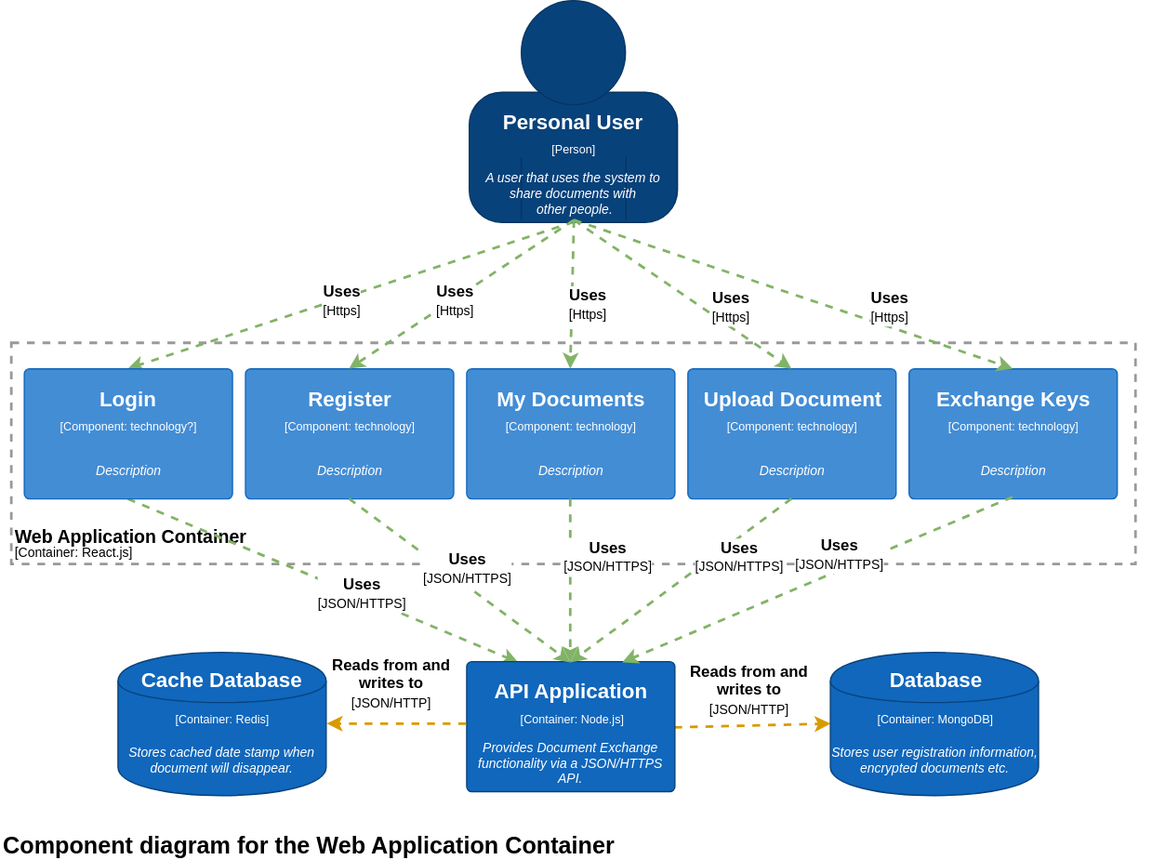
Earlier version of the draw.io export Documentation/Architecture/Level3-WebApplication-Components.svg (kkolodziejczak/PBAI). Source tidied: cells renumbered, new cells last; positions are measured from the earlier drawing's top-left corner, leaving out a move shared by most shapes.
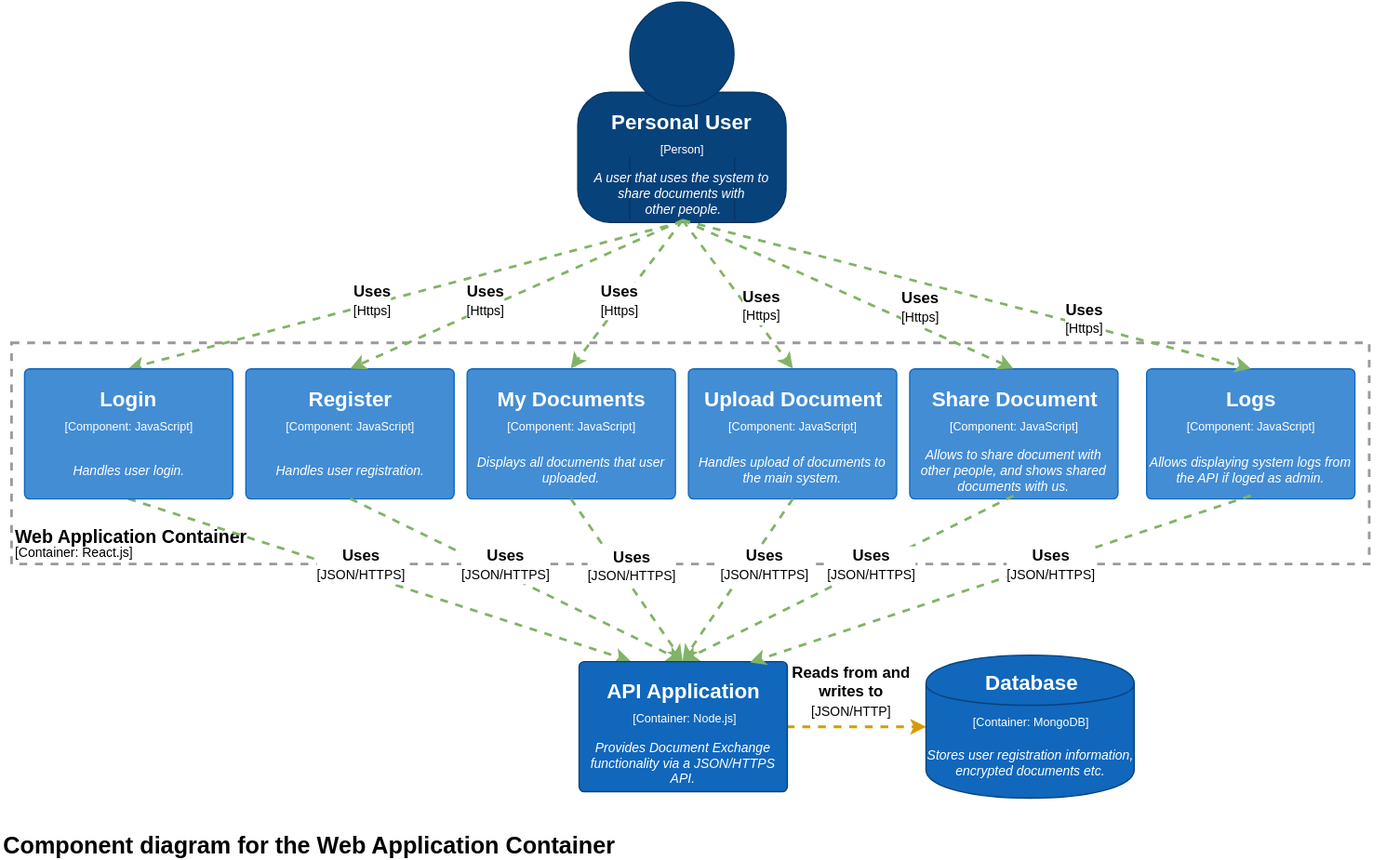
Above is the later version.

Change to the diagram source:
```diff
@@ -5,6 +5,6 @@
     <mxCell id="2" value="&lt;p style=&quot;line-height: 80%&quot;&gt;&lt;b&gt;Web Application Container&lt;/b&gt;&lt;br&gt;&lt;font style=&quot;font-size: 10px ; font-weight: normal&quot;&gt;[Container: React.js]&lt;/font&gt;&lt;br&gt;&lt;/p&gt;" style="rounded=0;whiteSpace=wrap;html=1;fillColor=none;fontSize=14;align=left;strokeWidth=2;strokeColor=#999999;verticalAlign=bottom;dashed=1;fontStyle=1;spacingBottom=-14;" parent="1" vertex="1">
-      <mxGeometry x="8" y="262" width="864" height="170" as="geometry" />
+      <mxGeometry x="8" y="262" width="1043" height="170" as="geometry" />
     </mxCell>
     <mxCell id="3" value="&lt;div style=&quot;text-align: left&quot;&gt;&lt;span&gt;Component diagram for the Web Application Container&lt;/span&gt;&lt;/div&gt;" style="text;html=1;strokeColor=none;fillColor=none;align=left;verticalAlign=middle;whiteSpace=wrap;rounded=0;fontSize=18;fontStyle=1;" parent="1" vertex="1">
-      <mxGeometry y="639" width="884" height="20" as="geometry" />
+      <mxGeometry y="639" width="1073" height="20" as="geometry" />
     </mxCell>
@@ -15,3 +15,3 @@
       <mxGeometry x="0.44" y="-3" relative="1" as="geometry">
-        <mxPoint x="-35.5" y="-21.5" as="offset" />
+        <mxPoint x="-97.5" y="-42.5" as="offset" />
       </mxGeometry>
@@ -35,3 +35,3 @@
     <mxCell id="10" style="group;" parent="1" vertex="1">
-      <mxGeometry x="360" y="-0.5" width="160" height="170" as="geometry" />
+      <mxGeometry x="443" y="-0.5" width="160" height="170" as="geometry" />
     </mxCell>
@@ -67,7 +67,7 @@
     </mxCell>
-    <mxCell id="18" value="&lt;font style=&quot;font-size: 9px&quot;&gt;[Person]&lt;/font&gt;&lt;br&gt;" style="text;html=1;strokeColor=none;fillColor=none;align=center;verticalAlign=middle;whiteSpace=wrap;rounded=0;fontSize=12;fontColor=#FFFFFF;" parent="12" vertex="1">
-      <mxGeometry y="32" width="160" height="21" as="geometry" />
+    <mxCell id="18" value="Personal User" style="text;html=1;strokeColor=none;fillColor=none;align=center;verticalAlign=middle;whiteSpace=wrap;rounded=0;fontColor=#FFFFFF;fontStyle=1;fontSize=16;" parent="12" vertex="1">
+      <mxGeometry y="12" width="160" height="21" as="geometry" />
     </mxCell>
-    <mxCell id="19" value="Personal User" style="text;html=1;strokeColor=none;fillColor=none;align=center;verticalAlign=middle;whiteSpace=wrap;rounded=0;fontColor=#FFFFFF;fontStyle=1;fontSize=16;" parent="12" vertex="1">
-      <mxGeometry y="12" width="160" height="21" as="geometry" />
+    <mxCell id="19" value="&lt;font style=&quot;font-size: 9px&quot;&gt;[Person]&lt;/font&gt;&lt;br&gt;" style="text;html=1;strokeColor=none;fillColor=none;align=center;verticalAlign=middle;whiteSpace=wrap;rounded=0;fontSize=12;fontColor=#FFFFFF;" parent="12" vertex="1">
+      <mxGeometry y="32" width="160" height="21" as="geometry" />
     </mxCell>
@@ -88,6 +88,6 @@
     </mxCell>
-    <mxCell id="25" value="&lt;font style=&quot;font-size: 9px&quot;&gt;[&lt;span&gt;Component&lt;/span&gt;&lt;span&gt;:&amp;nbsp;technology?&lt;/span&gt;]&lt;/font&gt;&lt;br&gt;" style="text;html=1;strokeColor=none;fillColor=none;align=center;verticalAlign=middle;whiteSpace=wrap;rounded=0;fontSize=12;fontColor=#FFFFFF;" parent="21" vertex="1">
+    <mxCell id="25" value="&lt;font style=&quot;font-size: 9px&quot;&gt;[&lt;span&gt;Component&lt;/span&gt;&lt;span&gt;: JavaScript&lt;/span&gt;]&lt;/font&gt;&lt;br&gt;" style="text;html=1;strokeColor=none;fillColor=none;align=center;verticalAlign=middle;whiteSpace=wrap;rounded=0;fontSize=12;fontColor=#FFFFFF;" parent="21" vertex="1">
       <mxGeometry y="32" width="160" height="21" as="geometry" />
     </mxCell>
-    <mxCell id="26" value="&lt;i&gt;Description&lt;/i&gt;" style="text;strokeColor=none;fillColor=none;align=center;verticalAlign=middle;whiteSpace=wrap;rounded=0;fontSize=10;fontColor=#FFFFFF;html=1;spacing=1;" parent="21" vertex="1">
+    <mxCell id="26" value="&lt;i&gt;Handles user login.&lt;/i&gt;" style="text;strokeColor=none;fillColor=none;align=center;verticalAlign=middle;whiteSpace=wrap;rounded=0;fontSize=10;fontColor=#FFFFFF;html=1;spacing=1;" parent="21" vertex="1">
       <mxGeometry y="58" width="160" height="40" as="geometry" />
@@ -106,6 +106,6 @@
     </mxCell>
-    <mxCell id="31" value="&lt;font style=&quot;font-size: 9px&quot;&gt;[&lt;span&gt;Component&lt;/span&gt;&lt;span&gt;:&amp;nbsp;technology&lt;/span&gt;]&lt;/font&gt;&lt;br&gt;" style="text;html=1;strokeColor=none;fillColor=none;align=center;verticalAlign=middle;whiteSpace=wrap;rounded=0;fontSize=12;fontColor=#FFFFFF;" parent="27" vertex="1">
+    <mxCell id="31" value="&lt;font style=&quot;font-size: 9px&quot;&gt;[&lt;span&gt;Component&lt;/span&gt;&lt;span&gt;: JavaScript&lt;/span&gt;]&lt;/font&gt;&lt;br&gt;" style="text;html=1;strokeColor=none;fillColor=none;align=center;verticalAlign=middle;whiteSpace=wrap;rounded=0;fontSize=12;fontColor=#FFFFFF;" parent="27" vertex="1">
       <mxGeometry y="32" width="160" height="21" as="geometry" />
     </mxCell>
-    <mxCell id="32" value="&lt;i&gt;Description&lt;/i&gt;" style="text;strokeColor=none;fillColor=none;align=center;verticalAlign=middle;whiteSpace=wrap;rounded=0;fontSize=10;fontColor=#FFFFFF;html=1;spacing=1;" parent="27" vertex="1">
+    <mxCell id="32" value="&lt;i&gt;Handles user registration.&lt;/i&gt;" style="text;strokeColor=none;fillColor=none;align=center;verticalAlign=middle;whiteSpace=wrap;rounded=0;fontSize=10;fontColor=#FFFFFF;html=1;spacing=1;" parent="27" vertex="1">
       <mxGeometry y="58" width="160" height="40" as="geometry" />
@@ -124,6 +124,6 @@
     </mxCell>
-    <mxCell id="37" value="&lt;font style=&quot;font-size: 9px&quot;&gt;[&lt;span&gt;Component&lt;/span&gt;&lt;span&gt;:&amp;nbsp;technology&lt;/span&gt;]&lt;/font&gt;&lt;br&gt;" style="text;html=1;strokeColor=none;fillColor=none;align=center;verticalAlign=middle;whiteSpace=wrap;rounded=0;fontSize=12;fontColor=#FFFFFF;" parent="33" vertex="1">
+    <mxCell id="37" value="&lt;font style=&quot;font-size: 9px&quot;&gt;[&lt;span&gt;Component&lt;/span&gt;&lt;span&gt;: JavaScript&lt;/span&gt;]&lt;/font&gt;&lt;br&gt;" style="text;html=1;strokeColor=none;fillColor=none;align=center;verticalAlign=middle;whiteSpace=wrap;rounded=0;fontSize=12;fontColor=#FFFFFF;" parent="33" vertex="1">
       <mxGeometry y="32" width="160" height="21" as="geometry" />
     </mxCell>
-    <mxCell id="38" value="&lt;i&gt;Description&lt;/i&gt;" style="text;strokeColor=none;fillColor=none;align=center;verticalAlign=middle;whiteSpace=wrap;rounded=0;fontSize=10;fontColor=#FFFFFF;html=1;spacing=1;" parent="33" vertex="1">
+    <mxCell id="38" value="&lt;i&gt;Displays all documents that user uploaded.&lt;/i&gt;" style="text;strokeColor=none;fillColor=none;align=center;verticalAlign=middle;whiteSpace=wrap;rounded=0;fontSize=10;fontColor=#FFFFFF;html=1;spacing=1;" parent="33" vertex="1">
       <mxGeometry y="58" width="160" height="40" as="geometry" />
@@ -142,6 +142,6 @@
     </mxCell>
-    <mxCell id="43" value="&lt;font style=&quot;font-size: 9px&quot;&gt;[&lt;span&gt;Component&lt;/span&gt;&lt;span&gt;:&amp;nbsp;technology&lt;/span&gt;]&lt;/font&gt;&lt;br&gt;" style="text;html=1;strokeColor=none;fillColor=none;align=center;verticalAlign=middle;whiteSpace=wrap;rounded=0;fontSize=12;fontColor=#FFFFFF;" parent="39" vertex="1">
+    <mxCell id="43" value="&lt;font style=&quot;font-size: 9px&quot;&gt;[&lt;span&gt;Component&lt;/span&gt;&lt;span&gt;: JavaScript&lt;/span&gt;]&lt;/font&gt;&lt;br&gt;" style="text;html=1;strokeColor=none;fillColor=none;align=center;verticalAlign=middle;whiteSpace=wrap;rounded=0;fontSize=12;fontColor=#FFFFFF;" parent="39" vertex="1">
       <mxGeometry y="32" width="160" height="21" as="geometry" />
     </mxCell>
-    <mxCell id="44" value="&lt;i&gt;Description&lt;/i&gt;" style="text;strokeColor=none;fillColor=none;align=center;verticalAlign=middle;whiteSpace=wrap;rounded=0;fontSize=10;fontColor=#FFFFFF;html=1;spacing=1;" parent="39" vertex="1">
+    <mxCell id="44" value="&lt;i&gt;Handles upload of documents to the main system.&lt;/i&gt;" style="text;strokeColor=none;fillColor=none;align=center;verticalAlign=middle;whiteSpace=wrap;rounded=0;fontSize=10;fontColor=#FFFFFF;html=1;spacing=1;" parent="39" vertex="1">
       <mxGeometry y="58" width="160" height="40" as="geometry" />
@@ -149,3 +149,3 @@
     <mxCell id="45" style="group;fillColor=#ffffff;strokeColor=none;absoluteArcSize=1;" parent="1" vertex="1">
-      <mxGeometry x="358" y="507" width="160" height="100" as="geometry" />
+      <mxGeometry x="444" y="507" width="160" height="100" as="geometry" />
     </mxCell>
@@ -171,3 +171,3 @@
       <mxGeometry x="0.44" y="-3" relative="1" as="geometry">
-        <mxPoint x="-30.5" y="-40.5" as="offset" />
+        <mxPoint x="-63" y="-42.5" as="offset" />
       </mxGeometry>
@@ -179,3 +179,3 @@
       <mxGeometry x="0.44" y="-3" relative="1" as="geometry">
-        <mxPoint x="31.5" y="-46.5" as="offset" />
+        <mxPoint x="-12.5" y="-41" as="offset" />
       </mxGeometry>
@@ -187,3 +187,3 @@
       <mxGeometry x="0.44" y="-3" relative="1" as="geometry">
-        <mxPoint x="84" y="-45" as="offset" />
+        <mxPoint x="41.5" y="-38" as="offset" />
       </mxGeometry>
@@ -215,3 +215,3 @@
     <mxCell id="63" style="group;" parent="1" vertex="1">
-      <mxGeometry x="637.5" y="500" width="160" height="110" as="geometry" />
+      <mxGeometry x="710.5" y="502" width="160" height="110" as="geometry" />
     </mxCell>
@@ -241,9 +241,9 @@
     </mxCell>
-    <mxCell id="72" value="Exchange Keys" style="text;html=1;strokeColor=none;fillColor=none;align=center;verticalAlign=middle;whiteSpace=wrap;rounded=0;fontColor=#FFFFFF;fontStyle=1;fontSize=16;" parent="69" vertex="1">
+    <mxCell id="72" value="Share Document" style="text;html=1;strokeColor=none;fillColor=none;align=center;verticalAlign=middle;whiteSpace=wrap;rounded=0;fontColor=#FFFFFF;fontStyle=1;fontSize=16;" parent="69" vertex="1">
       <mxGeometry y="12" width="160" height="21" as="geometry" />
     </mxCell>
-    <mxCell id="73" value="&lt;font style=&quot;font-size: 9px&quot;&gt;[&lt;span&gt;Component&lt;/span&gt;&lt;span&gt;:&amp;nbsp;technology&lt;/span&gt;]&lt;/font&gt;&lt;br&gt;" style="text;html=1;strokeColor=none;fillColor=none;align=center;verticalAlign=middle;whiteSpace=wrap;rounded=0;fontSize=12;fontColor=#FFFFFF;" parent="69" vertex="1">
+    <mxCell id="73" value="&lt;font style=&quot;font-size: 9px&quot;&gt;[&lt;span&gt;Component&lt;/span&gt;&lt;span&gt;: JavaScript&lt;/span&gt;]&lt;/font&gt;&lt;br&gt;" style="text;html=1;strokeColor=none;fillColor=none;align=center;verticalAlign=middle;whiteSpace=wrap;rounded=0;fontSize=12;fontColor=#FFFFFF;" parent="69" vertex="1">
       <mxGeometry y="32" width="160" height="21" as="geometry" />
     </mxCell>
-    <mxCell id="74" value="&lt;i&gt;Description&lt;/i&gt;" style="text;strokeColor=none;fillColor=none;align=center;verticalAlign=middle;whiteSpace=wrap;rounded=0;fontSize=10;fontColor=#FFFFFF;html=1;spacing=1;" parent="69" vertex="1">
+    <mxCell id="74" value="&lt;i&gt;Allows to share document with other people, and shows shared documents with us.&lt;/i&gt;" style="text;strokeColor=none;fillColor=none;align=center;verticalAlign=middle;whiteSpace=wrap;rounded=0;fontSize=10;fontColor=#FFFFFF;html=1;spacing=1;" parent="69" vertex="1">
       <mxGeometry y="58" width="160" height="40" as="geometry" />
@@ -258,3 +258,3 @@
     </mxCell>
-    <mxCell id="77" style="endArrow=classic;html=1;strokeWidth=2;dashed=1;strokeColor=#82b366;fontSize=14;fillColor=#d5e8d4;rounded=0;exitX=0.5;exitY=1;entryX=0.75;entryY=0;" parent="1" edge="1" source="74" target="47">
+    <mxCell id="77" style="endArrow=classic;html=1;strokeWidth=2;dashed=1;strokeColor=#82b366;fontSize=14;fillColor=#d5e8d4;rounded=0;exitX=0.5;exitY=1;entryX=0.5;entryY=0;" parent="1" edge="1" source="74" target="47">
       <mxGeometry relative="1" as="geometry" />
@@ -263,31 +263,39 @@
       <mxGeometry x="0.44" y="-3" relative="1" as="geometry">
-        <mxPoint x="84" y="-45" as="offset" />
+        <mxPoint x="75" y="-36.5" as="offset" />
       </mxGeometry>
     </mxCell>
-    <mxCell id="79" style="group;" parent="1" vertex="1">
-      <mxGeometry x="90" y="500" width="160" height="110" as="geometry" />
+    <mxCell id="79" style="group;fillColor=#ffffff;strokeColor=none;absoluteArcSize=1;" parent="1" vertex="1">
+      <mxGeometry x="880" y="282" width="160" height="100" as="geometry" />
     </mxCell>
-    <mxCell id="80" style="group;" parent="79" vertex="1">
-      <mxGeometry width="160" height="110" as="geometry" />
+    <mxCell id="80" style="group;fillColor=none;" parent="79" vertex="1">
+      <mxGeometry width="160" height="100" as="geometry" />
     </mxCell>
-    <mxCell id="81" style="shape=cylinder;whiteSpace=wrap;html=1;boundedLbl=1;backgroundOutline=1;rounded=1;strokeColor=#08427B;fillColor=#1067BC;fontSize=12;fontColor=#FFFFFF;align=center;" parent="80" vertex="1">
-      <mxGeometry width="160" height="110" as="geometry" />
+    <mxCell id="81" style="rounded=1;whiteSpace=wrap;html=1;fillColor=#438DD5;strokeColor=#1067BC;arcSize=4;" parent="80" vertex="1">
+      <mxGeometry width="160" height="100" as="geometry" />
     </mxCell>
-    <mxCell id="82" value="&lt;i&gt;Stores cached date stamp when document will disappear.&lt;/i&gt;&lt;br&gt;" style="text;strokeColor=none;fillColor=none;align=center;verticalAlign=middle;whiteSpace=wrap;rounded=0;fontSize=10;fontColor=#FFFFFF;html=1;spacing=1;" parent="80" vertex="1">
-      <mxGeometry y="62.5" width="160" height="40" as="geometry" />
+    <mxCell id="82" value="Logs" style="text;html=1;strokeColor=none;fillColor=none;align=center;verticalAlign=middle;whiteSpace=wrap;rounded=0;fontColor=#FFFFFF;fontStyle=1;fontSize=16;" parent="79" vertex="1">
+      <mxGeometry y="12" width="160" height="21" as="geometry" />
     </mxCell>
-    <mxCell id="83" value="&lt;font style=&quot;font-size: 9px&quot;&gt;[Container: Redis]&lt;/font&gt;&lt;br&gt;" style="text;html=1;strokeColor=none;fillColor=none;align=center;verticalAlign=middle;whiteSpace=wrap;rounded=0;fontSize=12;fontColor=#FFFFFF;" parent="80" vertex="1">
-      <mxGeometry y="40" width="160" height="20" as="geometry" />
+    <mxCell id="83" value="&lt;font style=&quot;font-size: 9px&quot;&gt;[&lt;span&gt;Component&lt;/span&gt;&lt;span&gt;: JavaScript&lt;/span&gt;]&lt;/font&gt;&lt;br&gt;" style="text;html=1;strokeColor=none;fillColor=none;align=center;verticalAlign=middle;whiteSpace=wrap;rounded=0;fontSize=12;fontColor=#FFFFFF;" parent="79" vertex="1">
+      <mxGeometry y="32" width="160" height="21" as="geometry" />
     </mxCell>
-    <mxCell id="84" value="Cache Database" style="text;html=1;strokeColor=none;fillColor=none;align=center;verticalAlign=middle;whiteSpace=wrap;rounded=0;fontColor=#FFFFFF;fontStyle=1;fontSize=16;" parent="80" vertex="1">
-      <mxGeometry width="160" height="40" as="geometry" />
+    <mxCell id="84" value="&lt;i&gt;Allows displaying system logs from the API if loged as admin.&lt;/i&gt;" style="text;strokeColor=none;fillColor=none;align=center;verticalAlign=middle;whiteSpace=wrap;rounded=0;fontSize=10;fontColor=#FFFFFF;html=1;spacing=1;" parent="79" vertex="1">
+      <mxGeometry y="58" width="160" height="40" as="geometry" />
     </mxCell>
-    <mxCell id="85" style="endArrow=classic;html=1;strokeWidth=2;dashed=1;strokeColor=#d79b00;rounded=0;fontSize=14;fontColor=#000000;exitX=0;exitY=0.75;fillColor=#ffe6cc;entryX=1;entryY=0.75;" parent="1" edge="1" source="49" target="83">
+    <mxCell id="85" style="endArrow=classic;html=1;strokeWidth=2;dashed=1;strokeColor=#82b366;rounded=0;fontSize=14;fillColor=#d5e8d4;entryX=0.5;entryY=0;exitX=0.5;exitY=1;" parent="1" edge="1" source="17" target="81">
       <mxGeometry relative="1" as="geometry" />
     </mxCell>
-    <mxCell id="86" value="&lt;span&gt;&lt;b&gt;&lt;font style=&quot;font-size: 12px&quot;&gt;Reads from and &lt;br&gt;writes to&lt;/font&gt;&lt;/b&gt;&lt;/span&gt;&lt;span&gt;&lt;br&gt;&lt;/span&gt;&lt;div&gt;&lt;font style=&quot;font-size: 10px&quot;&gt;[JSON/HTTP&lt;/font&gt;&lt;span style=&quot;font-size: 10px&quot;&gt;]&lt;/span&gt;&lt;/div&gt;" style="text;html=1;align=center;verticalAlign=middle;labelBackgroundColor=#ffffff;" parent="85" vertex="1">
+    <mxCell id="86" value="&lt;span&gt;&lt;b&gt;&lt;font style=&quot;font-size: 12px&quot;&gt;Uses&lt;/font&gt;&lt;/b&gt;&lt;/span&gt;&lt;span&gt;&lt;br&gt;&lt;/span&gt;&lt;div&gt;&lt;font style=&quot;font-size: 10px&quot;&gt;[Https]&lt;/font&gt;&lt;/div&gt;" style="text;html=1;align=center;verticalAlign=middle;labelBackgroundColor=#ffffff;" parent="85" vertex="1">
       <mxGeometry x="0.44" y="-3" relative="1" as="geometry">
-        <mxPoint x="21" y="-28.5" as="offset" />
+        <mxPoint x="-5" y="-10" as="offset" />
       </mxGeometry>
     </mxCell>
+    <mxCell id="87" style="endArrow=classic;html=1;strokeWidth=2;dashed=1;strokeColor=#82b366;fontSize=14;fillColor=#d5e8d4;rounded=0;exitX=0.5;exitY=1;entryX=0.823;entryY=0.01;entryPerimeter=0;" parent="1" edge="1" source="84" target="47">
+      <mxGeometry relative="1" as="geometry" />
+    </mxCell>
+    <mxCell id="88" value="&lt;span&gt;&lt;b&gt;Uses&lt;/b&gt;&lt;br&gt;&lt;/span&gt;&lt;div&gt;&lt;font style=&quot;font-size: 10px&quot;&gt;[JSON/HTTPS]&lt;/font&gt;&lt;/div&gt;" style="text;html=1;align=center;verticalAlign=middle;labelBackgroundColor=#ffffff;" parent="87" vertex="1">
+      <mxGeometry x="0.44" y="-3" relative="1" as="geometry">
+        <mxPoint x="124" y="-37" as="offset" />
+      </mxGeometry>
+    </mxCell>
   </root>
```
